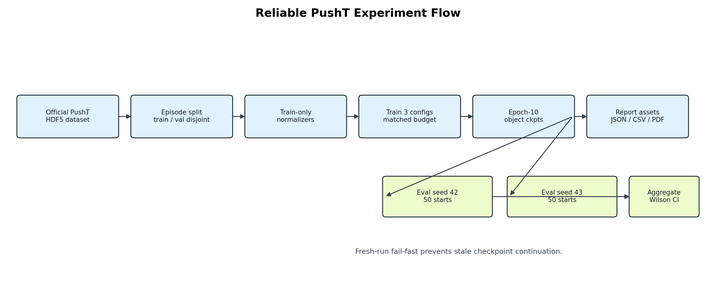
This is report/pusht_experiment_flow.png from YichengDraw/af-lewm-lite-experiments, a Mermaid export, as it was before one commit. Its source is kept beside it as report/diagrams/pusht_experiment_flow.mmd.
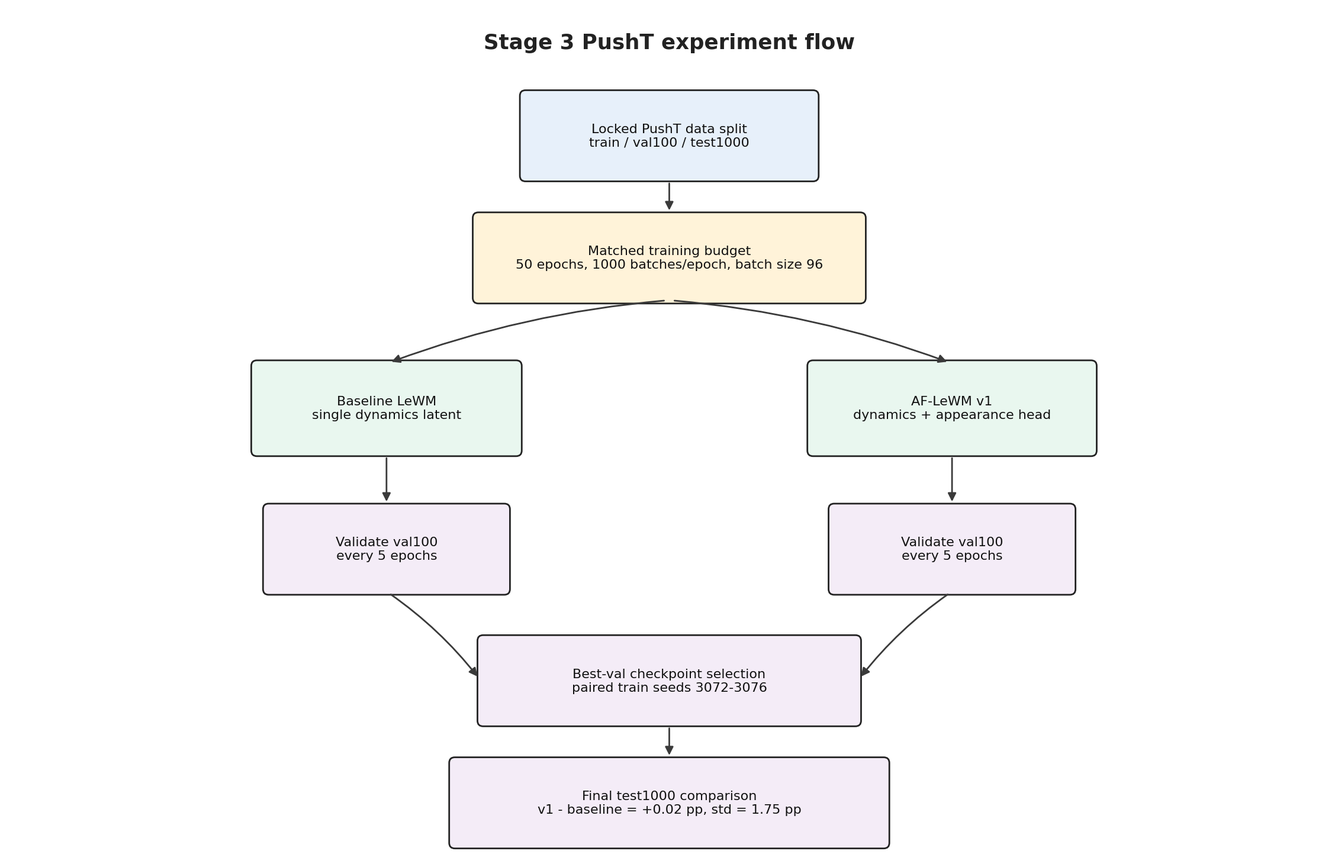
Above is the later version.

What changed in the source:
```diff
@@ -2,10 +2,9 @@
   A["Official PushT dataset"] --> B["Validate dataset and environment"]
   B --> C["Episode-disjoint split"]
   C --> D["Train-only action/proprio/state normalizers"]
-  D --> E["Train three matched configs<br/>LeWM / AF v1 / AF v2"]
-  E --> F["Epoch-10 object checkpoints<br/>fresh-run fail-fast"]
-  F --> G["Eval seed 42<br/>50 sampled starts"]
-  F --> H["Eval seed 43<br/>50 sampled starts"]
-  G --> I["Aggregate 100 trials<br/>Wilson 95 percent intervals"]
-  H --> I
-  I --> J["JSON / CSV / plots / PDF report"]
+  D --> E["Train matched configs<br/>baseline LeWM / AF-LeWM v1"]
+  E --> F["Save checkpoints every 5 epochs"]
+  F --> G["Closed-loop validation<br/>locked val100 manifest"]
+  G --> H["Select best checkpoint per run"]
+  H --> I["Final PushT evaluation<br/>locked test1000 manifest"]
+  I --> J["Paired CSV / JSON report"]
```
